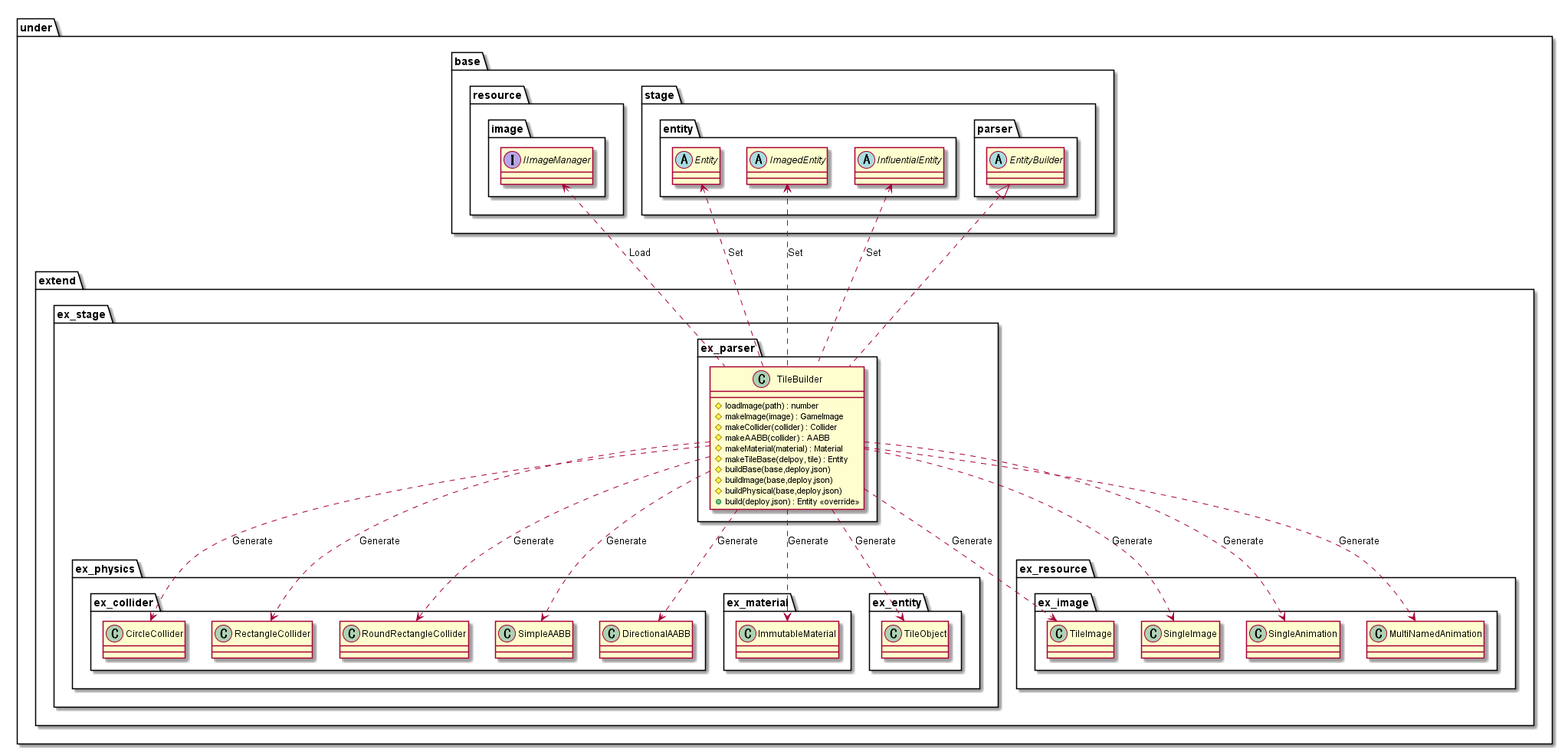
Earlier version of the PlantUML export out/uml/parser/Tile/ParserBuilder.png (Expine/Under).
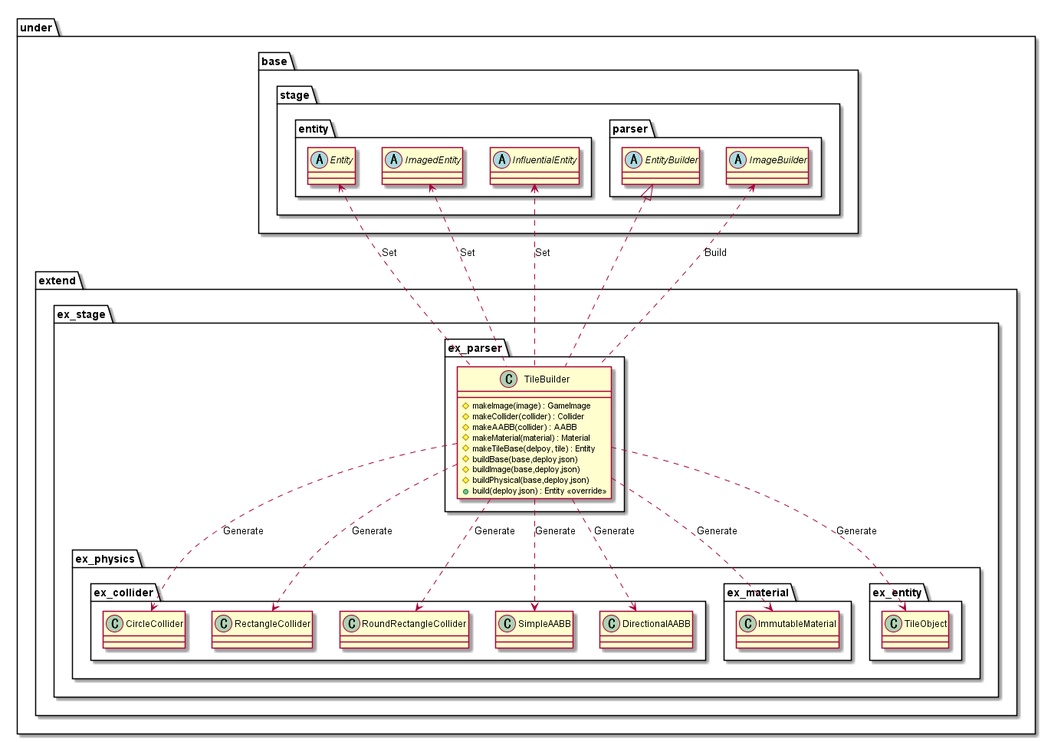
After the commit.

Change to the diagram source:
```diff
@@ -5,7 +5,6 @@
         package ex_stage {
             package ex_parser {
                 class TileBuilder {
-                    #loadImage(path) : number
                     #makeImage(image) : GameImage
                     #makeCollider(collider) : Collider
                     #makeAABB(collider) : AABB
@@ -23,11 +22,6 @@
 
 package under {
     package base {
-        package resource {
-            package image {
-                interface IImageManager
-            }
-        }
         package stage {
             package entity {
                 abstract Entity
@@ -36,18 +30,11 @@
             }
             package parser {
                 abstract EntityBuilder
+                abstract ImageBuilder
             }
         }
     }
     package extend {
-        package ex_resource {
-            package ex_image {
-                class TileImage
-                class SingleImage
-                class SingleAnimation
-                class MultiNamedAnimation
-            }
-        }
         package ex_stage {
             package ex_physics {
                 package ex_collider {
@@ -69,10 +56,6 @@
     }
 }
 
-TileBuilder ..> TileImage : Generate
-TileBuilder ..> SingleImage : Generate
-TileBuilder ..> SingleAnimation : Generate
-TileBuilder ..> MultiNamedAnimation : Generate
 TileBuilder ..> RectangleCollider : Generate
 TileBuilder ..> CircleCollider : Generate
 TileBuilder ..> RoundRectangleCollider : Generate
@@ -80,10 +63,10 @@
 TileBuilder ..> DirectionalAABB : Generate
 TileBuilder ..> ImmutableMaterial : Generate
 TileBuilder ..> TileObject : Generate
-IImageManager <.. TileBuilder : Load
 Entity <.. TileBuilder : Set
 ImagedEntity <.. TileBuilder : Set
 InfluentialEntity <.. TileBuilder : Set
+ImageBuilder <.. TileBuilder : Build
 
 EntityBuilder <|.. TileBuilder
 
```
